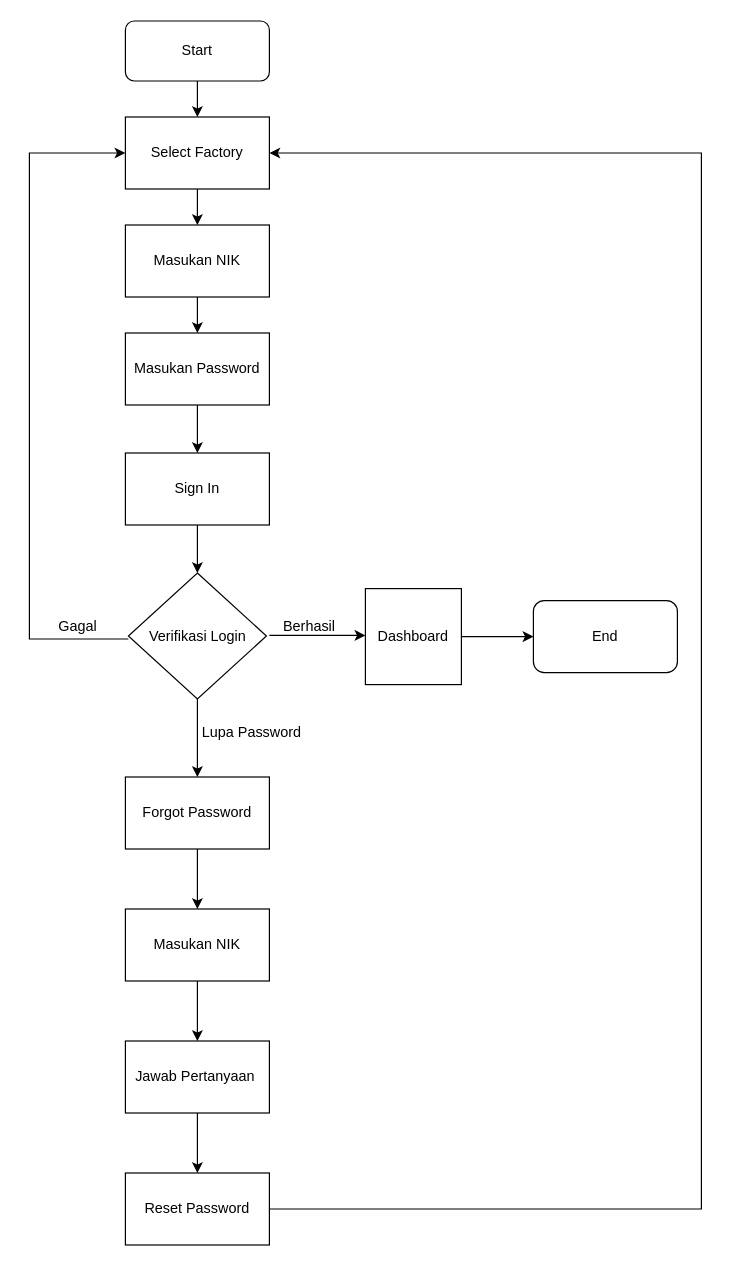
Before: page "Page-1" (1 of 2) of Untitled Diagram.drawio in Rivoldy/EWASH_Laravel, a draw.io diagram. Source tidied: cells renumbered, new cells numbered last; positions are measured from the earlier drawing's top-left corner, leaving out a move shared by most shapes. Both pictures are drawn from the tidied source at 120%, with x=0, y=0 at pixel (29, 20).
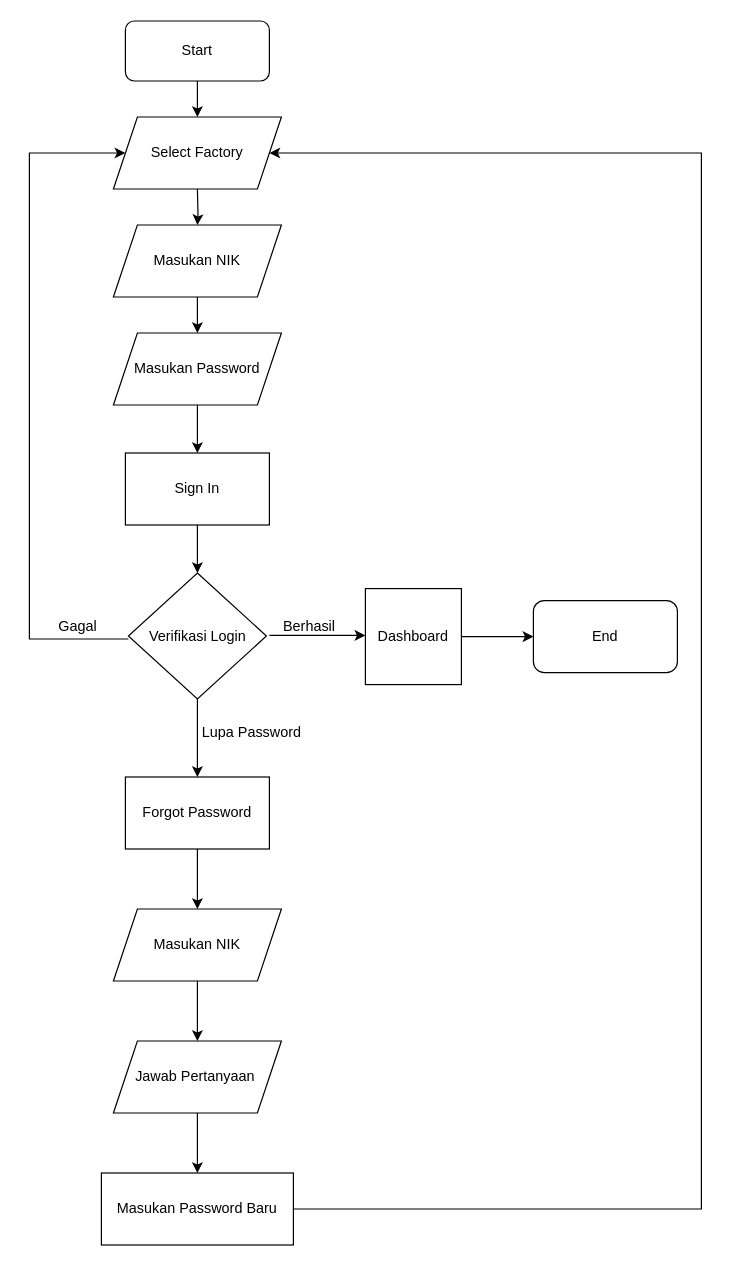
Above is the later version.

The change refers to these unchanged cells:
```xml
<mxCell id="2" value="Start" style="rounded=1;whiteSpace=wrap;html=1;fontSize=12;glass=0;strokeWidth=1;shadow=0;" parent="1" vertex="1">
  <mxGeometry x="80" width="120" height="50" as="geometry" />
</mxCell>
```

Change to the diagram source:
```diff
@@
-    <mxCell id="3" style="endArrow=classic;html=1;rounded=0;exitX=0.5;exitY=1;exitDx=0;exitDy=0;entryX=0.5;entryY=0;entryDx=0;entryDy=0;" parent="1" edge="1" source="2" target="15">
-      <mxGeometry relative="1" as="geometry" />
+    <mxCell id="3" style="endArrow=classic;html=1;rounded=0;exitX=0.5;exitY=1;exitDx=0;exitDy=0;entryX=0.5;entryY=0;entryDx=0;entryDy=0;" parent="1" edge="1" source="2">
+      <mxGeometry relative="1" as="geometry">
+        <mxPoint x="140" y="80" as="targetPoint" />
+      </mxGeometry>
     </mxCell>
@@
-    <mxCell id="5" value="Masukan NIK" style="rounded=0;whiteSpace=wrap;html=1;" parent="1" vertex="1">
-      <mxGeometry x="80" y="170" width="120" height="60" as="geometry" />
+    <mxCell id="5" value="Masukan NIK" style="shape=parallelogram;perimeter=parallelogramPerimeter;whiteSpace=wrap;html=1;fixedSize=1;" parent="1" vertex="1">
+      <mxGeometry x="70" y="170" width="140" height="60" as="geometry" />
     </mxCell>
@@
-    <mxCell id="7" value="Masukan Password" style="rounded=0;whiteSpace=wrap;html=1;" parent="1" vertex="1">
-      <mxGeometry x="80" y="260" width="120" height="60" as="geometry" />
+    <mxCell id="7" value="Masukan Password" style="shape=parallelogram;perimeter=parallelogramPerimeter;whiteSpace=wrap;html=1;fixedSize=1;" parent="1" vertex="1">
+      <mxGeometry x="70" y="260" width="140" height="60" as="geometry" />
     </mxCell>
@@
-    <mxCell id="12" style="endArrow=classic;html=1;rounded=0;entryX=0;entryY=0.5;entryDx=0;entryDy=0;" parent="1" edge="1" target="15">
+    <mxCell id="12" style="endArrow=classic;html=1;rounded=0;entryX=0;entryY=0.5;entryDx=0;entryDy=0;" parent="1" edge="1">
       <mxGeometry relative="1" as="geometry">
         <mxPoint x="82.5" y="515" as="sourcePoint" />
+        <mxPoint x="80" y="110" as="targetPoint" />
         <Array as="points">
           <mxPoint y="515" />
           <mxPoint y="110" />
         </Array>
       </mxGeometry>
     </mxCell>
@@
-    <mxCell id="14" style="edgeStyle=orthogonalEdgeStyle;rounded=0;jettySize=auto;html=1;" parent="1" edge="1" source="15" target="5">
-      <mxGeometry relative="1" as="geometry" />
+    <mxCell id="14" style="edgeStyle=orthogonalEdgeStyle;rounded=0;jettySize=auto;html=1;" parent="1" edge="1" target="5">
+      <mxGeometry relative="1" as="geometry">
+        <mxPoint x="140" y="140" as="sourcePoint" />
+      </mxGeometry>
     </mxCell>
-    <mxCell id="15" value="Select Factory" style="rounded=0;whiteSpace=wrap;html=1;" parent="1" vertex="1">
-      <mxGeometry x="80" y="80" width="120" height="60" as="geometry" />
-    </mxCell>
@@
-    <mxCell id="22" value="Masukan NIK" style="rounded=0;whiteSpace=wrap;html=1;" parent="1" vertex="1">
-      <mxGeometry x="80" y="740" width="120" height="60" as="geometry" />
+    <mxCell id="22" value="Masukan NIK" style="shape=parallelogram;perimeter=parallelogramPerimeter;whiteSpace=wrap;html=1;fixedSize=1;" parent="1" vertex="1">
+      <mxGeometry x="70" y="740" width="140" height="60" as="geometry" />
     </mxCell>
@@
-    <mxCell id="24" value="Jawab Pertanyaan&amp;nbsp;" style="rounded=0;whiteSpace=wrap;html=1;" parent="1" vertex="1">
-      <mxGeometry x="80" y="850" width="120" height="60" as="geometry" />
+    <mxCell id="24" value="Jawab Pertanyaan&amp;nbsp;" style="shape=parallelogram;perimeter=parallelogramPerimeter;whiteSpace=wrap;html=1;fixedSize=1;" parent="1" vertex="1">
+      <mxGeometry x="70" y="850" width="140" height="60" as="geometry" />
     </mxCell>
-    <mxCell id="25" style="edgeStyle=orthogonalEdgeStyle;rounded=0;jettySize=auto;html=1;entryX=1;entryY=0.5;entryDx=0;entryDy=0;exitX=1;exitY=0.5;exitDx=0;exitDy=0;" parent="1" edge="1" source="26" target="15">
+    <mxCell id="25" style="edgeStyle=orthogonalEdgeStyle;rounded=0;jettySize=auto;html=1;entryX=1;entryY=0.5;entryDx=0;entryDy=0;exitX=1;exitY=0.5;exitDx=0;exitDy=0;" parent="1" edge="1" source="26">
       <mxGeometry relative="1" as="geometry">
+        <mxPoint x="200" y="110" as="targetPoint" />
         <Array as="points">
           <mxPoint x="560" y="990" />
           <mxPoint x="560" y="110" />
         </Array>
       </mxGeometry>
     </mxCell>
-    <mxCell id="26" value="Reset Password" style="rounded=0;whiteSpace=wrap;html=1;" parent="1" vertex="1">
-      <mxGeometry x="80" y="960" width="120" height="60" as="geometry" />
+    <mxCell id="26" value="Masukan Password Baru" style="rounded=0;whiteSpace=wrap;html=1;" parent="1" vertex="1">
+      <mxGeometry x="60" y="960" width="160" height="60" as="geometry" />
     </mxCell>
@@
+    <mxCell id="15" value="Select Factory" style="shape=parallelogram;perimeter=parallelogramPerimeter;whiteSpace=wrap;html=1;fixedSize=1;" parent="1" vertex="1">
+      <mxGeometry x="70" y="80" width="140" height="60" as="geometry" />
+    </mxCell>
```
